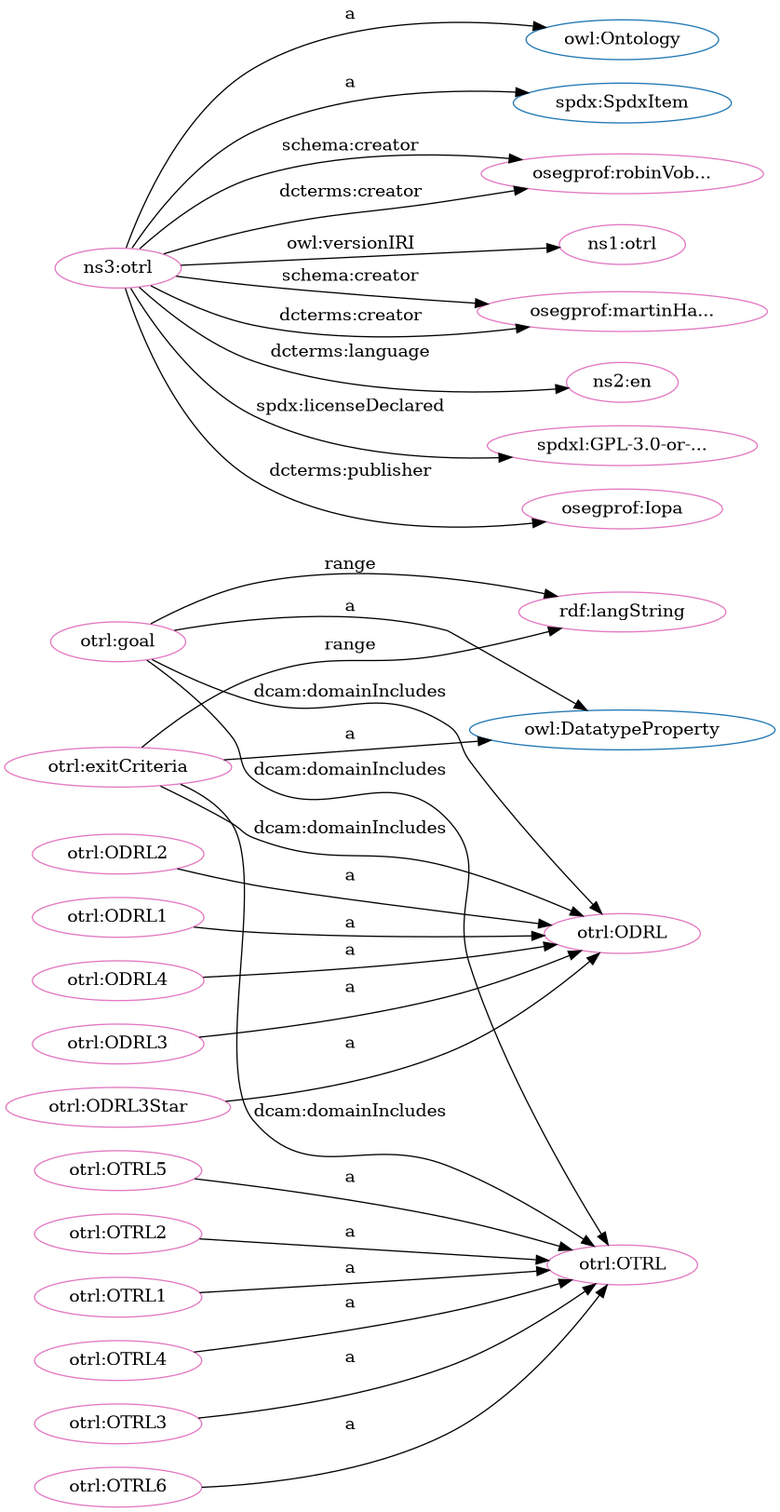
The Graphviz diagram src/spec/dot_otrl.png in iop-alliance/OpenKnowHow, before a commit. Its source is kept beside it as src/spec/dot_otrl.dot.
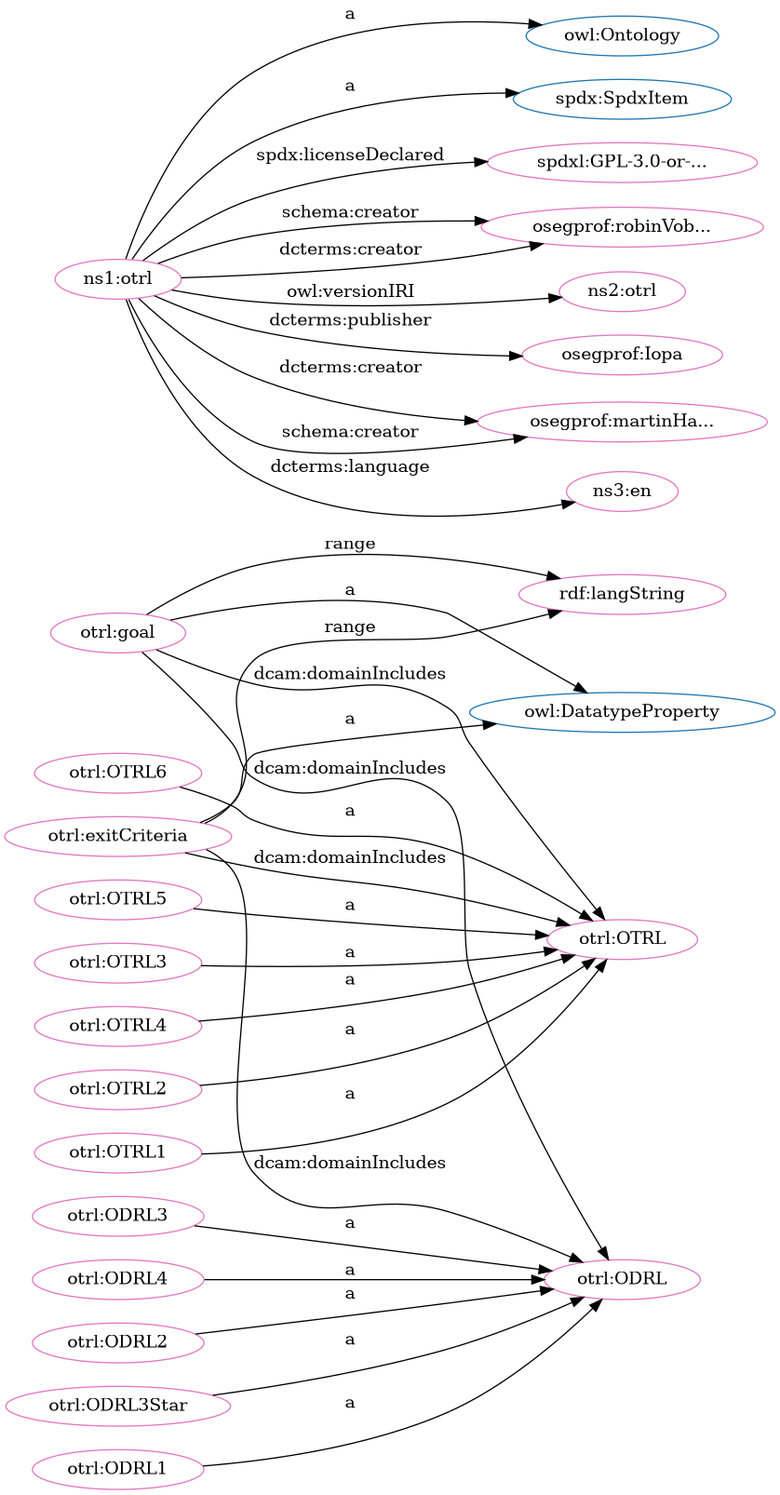
After the commit.

Change to the diagram source:
```diff
@@ -2,60 +2,60 @@
   rankdir=BT
   node[height=.3]
 "http://www.w3.org/2002/07/owl#DatatypeProperty" [fillcolor="#1f77b4" color="#1f77b4" label="owl:DatatypeProperty"]
+"http://w3id.org/oseg/ont/otrl#OTRL" [fillcolor="#1f77b4" color="#1f77b4" label="otrl:OTRL"]
 "http://w3id.org/oseg/ont/otrl#ODRL" [fillcolor="#1f77b4" color="#1f77b4" label="otrl:ODRL"]
 "http://www.w3.org/2002/07/owl#Ontology" [fillcolor="#1f77b4" color="#1f77b4" label="owl:Ontology"]
 "http://spdx.org/rdf/terms#SpdxItem" [fillcolor="#1f77b4" color="#1f77b4" label="spdx:SpdxItem"]
-"http://w3id.org/oseg/ont/otrl#OTRL" [fillcolor="#1f77b4" color="#1f77b4" label="otrl:OTRL"]
+"http://spdx.org/licenses/GPL-3.0-or-later" [fillcolor="#e377c2" color="#e377c2" label="spdxl:GPL-3.0-or-..."]
+"http://w3id.org/oseg/ont/oseg-profiles#robinVobruba" [fillcolor="#e377c2" color="#e377c2" label="osegprof:robinVob..."]
+"http://w3id.org/oseg/ont/otrl#ODRL3Star" [fillcolor="#e377c2" color="#e377c2" label="otrl:ODRL3Star"]
+"http://w3id.org/oseg/ont/otrl#goal" [fillcolor="#e377c2" color="#e377c2" label="otrl:goal"]
+"http://w3id.org/oseg/ont/otrl#OTRL3" [fillcolor="#e377c2" color="#e377c2" label="otrl:OTRL3"]
+"http://w3id.org/oseg/ont/otrl#OTRL1" [fillcolor="#e377c2" color="#e377c2" label="otrl:OTRL1"]
+"http://w3id.org/oseg/ont/otrl" [fillcolor="#e377c2" color="#e377c2" label="ns1:otrl"]
+"http://w3id.org/oseg/ont/otrl#OTRL" [fillcolor="#e377c2" color="#e377c2" label="otrl:OTRL"]
+"http://w3id.org/oseg/ont/1.1.0/otrl" [fillcolor="#e377c2" color="#e377c2" label="ns2:otrl"]
+"http://w3id.org/oseg/ont/oseg-profiles#Iopa" [fillcolor="#e377c2" color="#e377c2" label="osegprof:Iopa"]
+"http://w3id.org/oseg/ont/otrl#OTRL6" [fillcolor="#e377c2" color="#e377c2" label="otrl:OTRL6"]
+"http://w3id.org/oseg/ont/otrl#exitCriteria" [fillcolor="#e377c2" color="#e377c2" label="otrl:exitCriteria"]
 "http://w3id.org/oseg/ont/otrl#ODRL1" [fillcolor="#e377c2" color="#e377c2" label="otrl:ODRL1"]
+"http://w3id.org/oseg/ont/oseg-profiles#martinHaeuer" [fillcolor="#e377c2" color="#e377c2" label="osegprof:martinHa..."]
+"http://w3id.org/oseg/ont/otrl#OTRL2" [fillcolor="#e377c2" color="#e377c2" label="otrl:OTRL2"]
+"http://w3id.org/oseg/ont/otrl#OTRL4" [fillcolor="#e377c2" color="#e377c2" label="otrl:OTRL4"]
 "http://w3id.org/oseg/ont/otrl#ODRL" [fillcolor="#e377c2" color="#e377c2" label="otrl:ODRL"]
-"http://w3id.org/oseg/ont/oseg-profiles#robinVobruba" [fillcolor="#e377c2" color="#e377c2" label="osegprof:robinVob..."]
-"http://w3id.org/oseg/ont/1.1.0/otrl" [fillcolor="#e377c2" color="#e377c2" label="ns1:otrl"]
-"http://w3id.org/oseg/ont/oseg-profiles#martinHaeuer" [fillcolor="#e377c2" color="#e377c2" label="osegprof:martinHa..."]
 "http://w3id.org/oseg/ont/otrl#ODRL3" [fillcolor="#e377c2" color="#e377c2" label="otrl:ODRL3"]
-"http://id.loc.gov/vocabulary/iso639-1/en" [fillcolor="#e377c2" color="#e377c2" label="ns2:en"]
 "http://www.w3.org/1999/02/22-rdf-syntax-ns#langString" [fillcolor="#e377c2" color="#e377c2" label="rdf:langString"]
-"http://w3id.org/oseg/ont/otrl" [fillcolor="#e377c2" color="#e377c2" label="ns3:otrl"]
-"http://w3id.org/oseg/ont/otrl#OTRL3" [fillcolor="#e377c2" color="#e377c2" label="otrl:OTRL3"]
-"http://w3id.org/oseg/ont/otrl#OTRL6" [fillcolor="#e377c2" color="#e377c2" label="otrl:OTRL6"]
+"http://id.loc.gov/vocabulary/iso639-1/en" [fillcolor="#e377c2" color="#e377c2" label="ns3:en"]
+"http://w3id.org/oseg/ont/otrl#ODRL4" [fillcolor="#e377c2" color="#e377c2" label="otrl:ODRL4"]
+"http://w3id.org/oseg/ont/otrl#ODRL2" [fillcolor="#e377c2" color="#e377c2" label="otrl:ODRL2"]
 "http://w3id.org/oseg/ont/otrl#OTRL5" [fillcolor="#e377c2" color="#e377c2" label="otrl:OTRL5"]
-"http://w3id.org/oseg/ont/otrl#goal" [fillcolor="#e377c2" color="#e377c2" label="otrl:goal"]
-"http://w3id.org/oseg/ont/otrl#exitCriteria" [fillcolor="#e377c2" color="#e377c2" label="otrl:exitCriteria"]
-"http://w3id.org/oseg/ont/otrl#OTRL2" [fillcolor="#e377c2" color="#e377c2" label="otrl:OTRL2"]
-"http://w3id.org/oseg/ont/otrl#ODRL2" [fillcolor="#e377c2" color="#e377c2" label="otrl:ODRL2"]
-"http://w3id.org/oseg/ont/otrl#OTRL1" [fillcolor="#e377c2" color="#e377c2" label="otrl:OTRL1"]
-"http://spdx.org/licenses/GPL-3.0-or-later" [fillcolor="#e377c2" color="#e377c2" label="spdxl:GPL-3.0-or-..."]
-"http://w3id.org/oseg/ont/otrl#OTRL" [fillcolor="#e377c2" color="#e377c2" label="otrl:OTRL"]
-"http://w3id.org/oseg/ont/otrl#OTRL4" [fillcolor="#e377c2" color="#e377c2" label="otrl:OTRL4"]
-"http://w3id.org/oseg/ont/otrl#ODRL3Star" [fillcolor="#e377c2" color="#e377c2" label="otrl:ODRL3Star"]
-"http://w3id.org/oseg/ont/oseg-profiles#Iopa" [fillcolor="#e377c2" color="#e377c2" label="osegprof:Iopa"]
-"http://w3id.org/oseg/ont/otrl#ODRL4" [fillcolor="#e377c2" color="#e377c2" label="otrl:ODRL4"]
+  "http://w3id.org/oseg/ont/otrl" -> "http://spdx.org/licenses/GPL-3.0-or-later" [label="spdx:licenseDeclared"]
+  "http://w3id.org/oseg/ont/otrl" -> "http://w3id.org/oseg/ont/oseg-profiles#robinVobruba" [label="schema:creator"]
+  "http://w3id.org/oseg/ont/otrl#goal" -> "http://www.w3.org/2002/07/owl#DatatypeProperty" [label="a"]
+  "http://w3id.org/oseg/ont/otrl#OTRL1" -> "http://w3id.org/oseg/ont/otrl#OTRL" [label="a"]
+  "http://w3id.org/oseg/ont/otrl#exitCriteria" -> "http://w3id.org/oseg/ont/otrl#OTRL" [label="dcam:domainIncludes"]
+  "http://w3id.org/oseg/ont/otrl#OTRL6" -> "http://w3id.org/oseg/ont/otrl#OTRL" [label="a"]
+  "http://w3id.org/oseg/ont/otrl" -> "http://w3id.org/oseg/ont/oseg-profiles#martinHaeuer" [label="dcterms:creator"]
+  "http://w3id.org/oseg/ont/otrl#goal" -> "http://w3id.org/oseg/ont/otrl#OTRL" [label="dcam:domainIncludes"]
+  "http://w3id.org/oseg/ont/otrl#exitCriteria" -> "http://w3id.org/oseg/ont/otrl#ODRL" [label="dcam:domainIncludes"]
+  "http://w3id.org/oseg/ont/otrl#ODRL3" -> "http://w3id.org/oseg/ont/otrl#ODRL" [label="a"]
+  "http://w3id.org/oseg/ont/otrl#goal" -> "http://w3id.org/oseg/ont/otrl#ODRL" [label="dcam:domainIncludes"]
+  "http://w3id.org/oseg/ont/otrl#exitCriteria" -> "http://www.w3.org/1999/02/22-rdf-syntax-ns#langString" [label="range"]
+  "http://w3id.org/oseg/ont/otrl#ODRL2" -> "http://w3id.org/oseg/ont/otrl#ODRL" [label="a"]
+  "http://w3id.org/oseg/ont/otrl#OTRL5" -> "http://w3id.org/oseg/ont/otrl#OTRL" [label="a"]
+  "http://w3id.org/oseg/ont/otrl#goal" -> "http://www.w3.org/1999/02/22-rdf-syntax-ns#langString" [label="range"]
+  "http://w3id.org/oseg/ont/otrl#ODRL3Star" -> "http://w3id.org/oseg/ont/otrl#ODRL" [label="a"]
+  "http://w3id.org/oseg/ont/otrl#OTRL3" -> "http://w3id.org/oseg/ont/otrl#OTRL" [label="a"]
+  "http://w3id.org/oseg/ont/otrl" -> "http://www.w3.org/2002/07/owl#Ontology" [label="a"]
+  "http://w3id.org/oseg/ont/otrl" -> "http://w3id.org/oseg/ont/1.1.0/otrl" [label="owl:versionIRI"]
+  "http://w3id.org/oseg/ont/otrl" -> "http://w3id.org/oseg/ont/oseg-profiles#Iopa" [label="dcterms:publisher"]
+  "http://w3id.org/oseg/ont/otrl" -> "http://w3id.org/oseg/ont/oseg-profiles#robinVobruba" [label="dcterms:creator"]
   "http://w3id.org/oseg/ont/otrl#ODRL1" -> "http://w3id.org/oseg/ont/otrl#ODRL" [label="a"]
+  "http://w3id.org/oseg/ont/otrl#OTRL2" -> "http://w3id.org/oseg/ont/otrl#OTRL" [label="a"]
+  "http://w3id.org/oseg/ont/otrl#OTRL4" -> "http://w3id.org/oseg/ont/otrl#OTRL" [label="a"]
   "http://w3id.org/oseg/ont/otrl" -> "http://w3id.org/oseg/ont/oseg-profiles#martinHaeuer" [label="schema:creator"]
-  "http://w3id.org/oseg/ont/otrl#exitCriteria" -> "http://w3id.org/oseg/ont/otrl#ODRL" [label="dcam:domainIncludes"]
+  "http://w3id.org/oseg/ont/otrl" -> "http://spdx.org/rdf/terms#SpdxItem" [label="a"]
   "http://w3id.org/oseg/ont/otrl" -> "http://id.loc.gov/vocabulary/iso639-1/en" [label="dcterms:language"]
-  "http://w3id.org/oseg/ont/otrl" -> "http://w3id.org/oseg/ont/oseg-profiles#martinHaeuer" [label="dcterms:creator"]
-  "http://w3id.org/oseg/ont/otrl#OTRL6" -> "http://w3id.org/oseg/ont/otrl#OTRL" [label="a"]
-  "http://w3id.org/oseg/ont/otrl#OTRL5" -> "http://w3id.org/oseg/ont/otrl#OTRL" [label="a"]
+  "http://w3id.org/oseg/ont/otrl#ODRL4" -> "http://w3id.org/oseg/ont/otrl#ODRL" [label="a"]
   "http://w3id.org/oseg/ont/otrl#exitCriteria" -> "http://www.w3.org/2002/07/owl#DatatypeProperty" [label="a"]
-  "http://w3id.org/oseg/ont/otrl#ODRL2" -> "http://w3id.org/oseg/ont/otrl#ODRL" [label="a"]
-  "http://w3id.org/oseg/ont/otrl" -> "http://spdx.org/licenses/GPL-3.0-or-later" [label="spdx:licenseDeclared"]
-  "http://w3id.org/oseg/ont/otrl#OTRL4" -> "http://w3id.org/oseg/ont/otrl#OTRL" [label="a"]
-  "http://w3id.org/oseg/ont/otrl#ODRL3Star" -> "http://w3id.org/oseg/ont/otrl#ODRL" [label="a"]
-  "http://w3id.org/oseg/ont/otrl" -> "http://w3id.org/oseg/ont/oseg-profiles#robinVobruba" [label="schema:creator"]
-  "http://w3id.org/oseg/ont/otrl#exitCriteria" -> "http://w3id.org/oseg/ont/otrl#OTRL" [label="dcam:domainIncludes"]
-  "http://w3id.org/oseg/ont/otrl#ODRL4" -> "http://w3id.org/oseg/ont/otrl#ODRL" [label="a"]
-  "http://w3id.org/oseg/ont/otrl#goal" -> "http://w3id.org/oseg/ont/otrl#ODRL" [label="dcam:domainIncludes"]
-  "http://w3id.org/oseg/ont/otrl" -> "http://w3id.org/oseg/ont/oseg-profiles#robinVobruba" [label="dcterms:creator"]
-  "http://w3id.org/oseg/ont/otrl" -> "http://w3id.org/oseg/ont/1.1.0/otrl" [label="owl:versionIRI"]
-  "http://w3id.org/oseg/ont/otrl#ODRL3" -> "http://w3id.org/oseg/ont/otrl#ODRL" [label="a"]
-  "http://w3id.org/oseg/ont/otrl#exitCriteria" -> "http://www.w3.org/1999/02/22-rdf-syntax-ns#langString" [label="range"]
-  "http://w3id.org/oseg/ont/otrl" -> "http://spdx.org/rdf/terms#SpdxItem" [label="a"]
-  "http://w3id.org/oseg/ont/otrl#OTRL3" -> "http://w3id.org/oseg/ont/otrl#OTRL" [label="a"]
-  "http://w3id.org/oseg/ont/otrl#goal" -> "http://www.w3.org/2002/07/owl#DatatypeProperty" [label="a"]
-  "http://w3id.org/oseg/ont/otrl#OTRL2" -> "http://w3id.org/oseg/ont/otrl#OTRL" [label="a"]
-  "http://w3id.org/oseg/ont/otrl" -> "http://www.w3.org/2002/07/owl#Ontology" [label="a"]
-  "http://w3id.org/oseg/ont/otrl#OTRL1" -> "http://w3id.org/oseg/ont/otrl#OTRL" [label="a"]
-  "http://w3id.org/oseg/ont/otrl#goal" -> "http://w3id.org/oseg/ont/otrl#OTRL" [label="dcam:domainIncludes"]
-  "http://w3id.org/oseg/ont/otrl#goal" -> "http://www.w3.org/1999/02/22-rdf-syntax-ns#langString" [label="range"]
-  "http://w3id.org/oseg/ont/otrl" -> "http://w3id.org/oseg/ont/oseg-profiles#Iopa" [label="dcterms:publisher"]
 }
```
